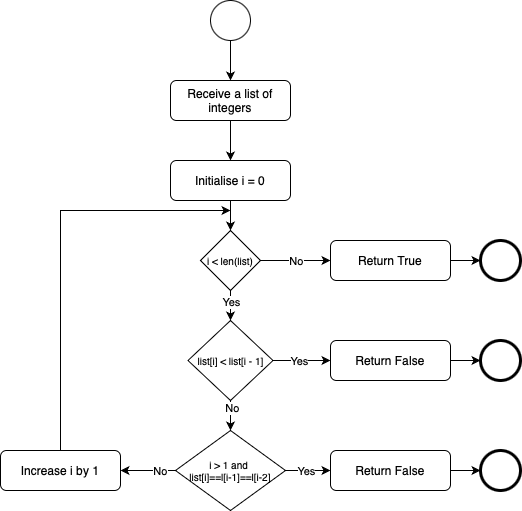
This is data/human_eval/p126/bpmn/l3.drawio.png from carlodenardin/svlm, a draw.io export, as it was before one commit. Source tidied: cells renumbered, new cells last; positions are measured from the earlier drawing's top-left corner, leaving out a move shared by most shapes. Its diagram source:
```xml
<mxGraphModel background="#ffffff">
  <root>
    <mxCell id="0" />
    <mxCell id="1" parent="0" />
    <mxCell id="2" style="edgeStyle=orthogonalEdgeStyle;rounded=0;jettySize=auto;html=1;exitX=0.5;exitY=1;exitDx=0;exitDy=0;entryX=0.5;entryY=0;entryDx=0;entryDy=0;" parent="1" edge="1" source="3" target="5">
      <mxGeometry relative="1" as="geometry" />
    </mxCell>
    <mxCell id="3" style="ellipse;whiteSpace=wrap;html=1;" parent="1" vertex="1">
      <mxGeometry x="210" width="40" height="40" as="geometry" />
    </mxCell>
    <mxCell id="4" style="edgeStyle=orthogonalEdgeStyle;rounded=0;jettySize=auto;html=1;exitX=0.5;exitY=1;exitDx=0;exitDy=0;entryX=0.5;entryY=0;entryDx=0;entryDy=0;" parent="1" edge="1" source="5">
      <mxGeometry relative="1" as="geometry">
        <mxPoint x="230" y="160" as="targetPoint" />
      </mxGeometry>
    </mxCell>
    <mxCell id="5" value="Receive a list of integers" style="rounded=1;whiteSpace=wrap;html=1;" parent="1" vertex="1">
      <mxGeometry x="170" y="80" width="120" height="40" as="geometry" />
    </mxCell>
    <mxCell id="6" style="ellipse;whiteSpace=wrap;html=1;strokeWidth=3;" parent="1" vertex="1">
      <mxGeometry x="480" y="240" width="40" height="40" as="geometry" />
    </mxCell>
    <mxCell id="7" style="edgeStyle=orthogonalEdgeStyle;rounded=0;jettySize=auto;html=1;exitX=0.5;exitY=1;exitDx=0;exitDy=0;entryX=0.5;entryY=0;entryDx=0;entryDy=0;" parent="1" edge="1" source="8" target="13">
      <mxGeometry relative="1" as="geometry" />
    </mxCell>
    <mxCell id="8" value="Initialise i = 0" style="rounded=1;whiteSpace=wrap;html=1;" parent="1" vertex="1">
      <mxGeometry x="170" y="160" width="120" height="40" as="geometry" />
    </mxCell>
    <mxCell id="9" style="edgeStyle=orthogonalEdgeStyle;rounded=0;jettySize=auto;html=1;exitX=0.5;exitY=1;exitDx=0;exitDy=0;entryX=0.5;entryY=0;entryDx=0;entryDy=0;" parent="1" edge="1" source="13" target="25">
      <mxGeometry relative="1" as="geometry" />
    </mxCell>
    <mxCell id="10" value="Yes" style="edgeLabel;html=1;align=center;verticalAlign=middle;" parent="9" vertex="1">
      <mxGeometry x="-0.29" relative="1" as="geometry" />
    </mxCell>
    <mxCell id="11" style="edgeStyle=orthogonalEdgeStyle;rounded=0;jettySize=auto;html=1;exitX=1;exitY=0.5;exitDx=0;exitDy=0;entryX=0;entryY=0.5;entryDx=0;entryDy=0;" parent="1" edge="1" source="13" target="27">
      <mxGeometry relative="1" as="geometry" />
    </mxCell>
    <mxCell id="12" value="&lt;div&gt;No&lt;/div&gt;" style="edgeLabel;html=1;align=center;verticalAlign=middle;" parent="11" vertex="1">
      <mxGeometry x="-0.01" relative="1" as="geometry" />
    </mxCell>
    <mxCell id="13" value="i &amp;lt; len(list)" style="rhombus;whiteSpace=wrap;html=1;fontSize=10;" parent="1" vertex="1">
      <mxGeometry x="200" y="230" width="60" height="60" as="geometry" />
    </mxCell>
    <mxCell id="14" style="edgeStyle=orthogonalEdgeStyle;rounded=0;jettySize=auto;html=1;exitX=0.5;exitY=0;exitDx=0;exitDy=0;" parent="1" edge="1" source="15">
      <mxGeometry relative="1" as="geometry">
        <mxPoint x="230" y="210" as="targetPoint" />
        <Array as="points">
          <mxPoint x="60" y="210" />
        </Array>
      </mxGeometry>
    </mxCell>
    <mxCell id="15" value="Increase i by 1" style="rounded=1;whiteSpace=wrap;html=1;" parent="1" vertex="1">
      <mxGeometry y="450" width="120" height="40" as="geometry" />
    </mxCell>
    <mxCell id="16" style="edgeStyle=orthogonalEdgeStyle;rounded=0;jettySize=auto;html=1;exitX=0;exitY=0.5;exitDx=0;exitDy=0;entryX=1;entryY=0.5;entryDx=0;entryDy=0;" parent="1" edge="1" source="20" target="15">
      <mxGeometry relative="1" as="geometry" />
    </mxCell>
    <mxCell id="17" value="No" style="edgeLabel;html=1;align=center;verticalAlign=middle;" parent="16" vertex="1">
      <mxGeometry x="-0.61" relative="1" as="geometry">
        <mxPoint x="-5" as="offset" />
      </mxGeometry>
    </mxCell>
    <mxCell id="18" style="edgeStyle=orthogonalEdgeStyle;rounded=0;jettySize=auto;html=1;exitX=1;exitY=0.5;exitDx=0;exitDy=0;entryX=0;entryY=0.5;entryDx=0;entryDy=0;" parent="1" edge="1" source="20" target="31">
      <mxGeometry relative="1" as="geometry" />
    </mxCell>
    <mxCell id="19" value="Yes" style="edgeLabel;html=1;align=center;verticalAlign=middle;" parent="18" vertex="1">
      <mxGeometry x="-0.11" y="-2" relative="1" as="geometry">
        <mxPoint y="-2" as="offset" />
      </mxGeometry>
    </mxCell>
    <mxCell id="20" value="i &amp;gt; 1 and&amp;nbsp;&lt;div&gt;list[i]==l[i-1]==l[i-2]&lt;/div&gt;" style="rhombus;whiteSpace=wrap;html=1;fontSize=10;" parent="1" vertex="1">
      <mxGeometry x="175" y="430" width="110" height="80" as="geometry" />
    </mxCell>
    <mxCell id="21" style="edgeStyle=orthogonalEdgeStyle;rounded=0;jettySize=auto;html=1;exitX=0.5;exitY=1;exitDx=0;exitDy=0;entryX=0.5;entryY=0;entryDx=0;entryDy=0;" parent="1" edge="1" source="25" target="20">
      <mxGeometry relative="1" as="geometry" />
    </mxCell>
    <mxCell id="22" value="No" style="edgeLabel;html=1;align=center;verticalAlign=middle;" parent="21" vertex="1">
      <mxGeometry x="-0.51" y="1" relative="1" as="geometry" />
    </mxCell>
    <mxCell id="23" style="edgeStyle=orthogonalEdgeStyle;rounded=0;jettySize=auto;html=1;exitX=1;exitY=0.5;exitDx=0;exitDy=0;entryX=0;entryY=0.5;entryDx=0;entryDy=0;" parent="1" edge="1" source="25" target="29">
      <mxGeometry relative="1" as="geometry" />
    </mxCell>
    <mxCell id="24" value="Yes" style="edgeLabel;html=1;align=center;verticalAlign=middle;" parent="23" vertex="1">
      <mxGeometry x="0.18" y="-1" relative="1" as="geometry">
        <mxPoint x="-8" y="-1" as="offset" />
      </mxGeometry>
    </mxCell>
    <mxCell id="25" value="list[i] &amp;lt; list[i - 1]" style="rhombus;whiteSpace=wrap;html=1;fontSize=10;" parent="1" vertex="1">
      <mxGeometry x="187.5" y="320" width="85" height="80" as="geometry" />
    </mxCell>
    <mxCell id="26" style="edgeStyle=orthogonalEdgeStyle;rounded=0;jettySize=auto;html=1;exitX=1;exitY=0.5;exitDx=0;exitDy=0;entryX=0;entryY=0.5;entryDx=0;entryDy=0;" parent="1" edge="1" source="27" target="6">
      <mxGeometry relative="1" as="geometry" />
    </mxCell>
    <mxCell id="27" value="Return True" style="rounded=1;whiteSpace=wrap;html=1;" parent="1" vertex="1">
      <mxGeometry x="330" y="240" width="120" height="40" as="geometry" />
    </mxCell>
    <mxCell id="28" style="edgeStyle=orthogonalEdgeStyle;rounded=0;jettySize=auto;html=1;exitX=1;exitY=0.5;exitDx=0;exitDy=0;entryX=0;entryY=0.5;entryDx=0;entryDy=0;" parent="1" edge="1" source="29" target="32">
      <mxGeometry relative="1" as="geometry" />
    </mxCell>
    <mxCell id="29" value="Return False" style="rounded=1;whiteSpace=wrap;html=1;" parent="1" vertex="1">
      <mxGeometry x="330" y="340" width="120" height="40" as="geometry" />
    </mxCell>
    <mxCell id="30" style="edgeStyle=orthogonalEdgeStyle;rounded=0;jettySize=auto;html=1;exitX=1;exitY=0.5;exitDx=0;exitDy=0;entryX=0;entryY=0.5;entryDx=0;entryDy=0;" parent="1" edge="1" source="31" target="33">
      <mxGeometry relative="1" as="geometry" />
    </mxCell>
    <mxCell id="31" value="Return False" style="rounded=1;whiteSpace=wrap;html=1;" parent="1" vertex="1">
      <mxGeometry x="330" y="450" width="120" height="40" as="geometry" />
    </mxCell>
    <mxCell id="32" style="ellipse;whiteSpace=wrap;html=1;strokeWidth=3;" parent="1" vertex="1">
      <mxGeometry x="480" y="340" width="40" height="40" as="geometry" />
    </mxCell>
    <mxCell id="33" style="ellipse;whiteSpace=wrap;html=1;strokeWidth=3;" parent="1" vertex="1">
      <mxGeometry x="480" y="450" width="40" height="40" as="geometry" />
    </mxCell>
  </root>
</mxGraphModel>
```
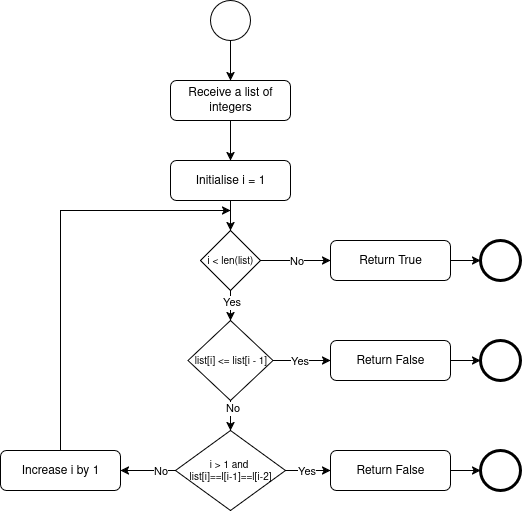
After the commit.

Change to the diagram source:
```diff
@@ -2,35 +2,40 @@
   <root>
     <mxCell id="0" />
     <mxCell id="1" parent="0" />
+    <mxCell id="34" style="edgeStyle=orthogonalEdgeStyle;rounded=0;orthogonalLoop=1;jettySize=auto;html=1;" parent="1" edge="1">
+      <mxGeometry relative="1" as="geometry">
+        <mxPoint x="330" y="-50" as="targetPoint" />
+      </mxGeometry>
+    </mxCell>
     <mxCell id="2" style="edgeStyle=orthogonalEdgeStyle;rounded=0;jettySize=auto;html=1;exitX=0.5;exitY=1;exitDx=0;exitDy=0;entryX=0.5;entryY=0;entryDx=0;entryDy=0;" parent="1" edge="1" source="3" target="5">
       <mxGeometry relative="1" as="geometry" />
     </mxCell>
     <mxCell id="3" style="ellipse;whiteSpace=wrap;html=1;" parent="1" vertex="1">
       <mxGeometry x="210" width="40" height="40" as="geometry" />
     </mxCell>
-    <mxCell id="4" style="edgeStyle=orthogonalEdgeStyle;rounded=0;jettySize=auto;html=1;exitX=0.5;exitY=1;exitDx=0;exitDy=0;entryX=0.5;entryY=0;entryDx=0;entryDy=0;" parent="1" edge="1" source="5">
-      <mxGeometry relative="1" as="geometry">
-        <mxPoint x="230" y="160" as="targetPoint" />
-      </mxGeometry>
-    </mxCell>
+    <mxCell id="35" style="edgeStyle=orthogonalEdgeStyle;rounded=0;jettySize=auto;html=1;exitX=0.5;exitY=1;exitDx=0;exitDy=0;entryX=0.5;entryY=0;entryDx=0;entryDy=0;" parent="1" edge="1" source="5">
+      <mxGeometry relative="1" as="geometry">
+        <mxPoint x="230" y="160" as="targetPoint" />
+      </mxGeometry>
+    </mxCell>
     <mxCell id="5" value="Receive a list of integers" style="rounded=1;whiteSpace=wrap;html=1;" parent="1" vertex="1">
       <mxGeometry x="170" y="80" width="120" height="40" as="geometry" />
     </mxCell>
     <mxCell id="6" style="ellipse;whiteSpace=wrap;html=1;strokeWidth=3;" parent="1" vertex="1">
       <mxGeometry x="480" y="240" width="40" height="40" as="geometry" />
     </mxCell>
-    <mxCell id="7" style="edgeStyle=orthogonalEdgeStyle;rounded=0;jettySize=auto;html=1;exitX=0.5;exitY=1;exitDx=0;exitDy=0;entryX=0.5;entryY=0;entryDx=0;entryDy=0;" parent="1" edge="1" source="8" target="13">
-      <mxGeometry relative="1" as="geometry" />
-    </mxCell>
-    <mxCell id="8" value="Initialise i = 0" style="rounded=1;whiteSpace=wrap;html=1;" parent="1" vertex="1">
-      <mxGeometry x="170" y="160" width="120" height="40" as="geometry" />
-    </mxCell>
-    <mxCell id="9" style="edgeStyle=orthogonalEdgeStyle;rounded=0;jettySize=auto;html=1;exitX=0.5;exitY=1;exitDx=0;exitDy=0;entryX=0.5;entryY=0;entryDx=0;entryDy=0;" parent="1" edge="1" source="13" target="25">
-      <mxGeometry relative="1" as="geometry" />
-    </mxCell>
-    <mxCell id="10" value="Yes" style="edgeLabel;html=1;align=center;verticalAlign=middle;" parent="9" vertex="1">
-      <mxGeometry x="-0.29" relative="1" as="geometry" />
-    </mxCell>
+    <mxCell id="36" style="edgeStyle=orthogonalEdgeStyle;rounded=0;jettySize=auto;html=1;exitX=0.5;exitY=1;exitDx=0;exitDy=0;entryX=0.5;entryY=0;entryDx=0;entryDy=0;" parent="1" edge="1" source="37" target="13">
+      <mxGeometry relative="1" as="geometry" />
+    </mxCell>
+    <mxCell id="37" value="Initialise i = 1" style="rounded=1;whiteSpace=wrap;html=1;" parent="1" vertex="1">
+      <mxGeometry x="170" y="160" width="120" height="40" as="geometry" />
+    </mxCell>
+    <mxCell id="38" style="edgeStyle=orthogonalEdgeStyle;rounded=0;jettySize=auto;html=1;exitX=0.5;exitY=1;exitDx=0;exitDy=0;entryX=0.5;entryY=0;entryDx=0;entryDy=0;" parent="1" edge="1" source="13" target="47">
+      <mxGeometry relative="1" as="geometry" />
+    </mxCell>
+    <mxCell id="39" value="Yes" style="edgeLabel;html=1;align=center;verticalAlign=middle;" parent="38" vertex="1">
+      <mxGeometry x="-0.29" relative="1" as="geometry" />
+    </mxCell>
     <mxCell id="11" style="edgeStyle=orthogonalEdgeStyle;rounded=0;jettySize=auto;html=1;exitX=1;exitY=0.5;exitDx=0;exitDy=0;entryX=0;entryY=0.5;entryDx=0;entryDy=0;" parent="1" edge="1" source="13" target="27">
       <mxGeometry relative="1" as="geometry" />
     </mxCell>
@@ -40,53 +45,53 @@
     <mxCell id="13" value="i &amp;lt; len(list)" style="rhombus;whiteSpace=wrap;html=1;fontSize=10;" parent="1" vertex="1">
       <mxGeometry x="200" y="230" width="60" height="60" as="geometry" />
     </mxCell>
-    <mxCell id="14" style="edgeStyle=orthogonalEdgeStyle;rounded=0;jettySize=auto;html=1;exitX=0.5;exitY=0;exitDx=0;exitDy=0;" parent="1" edge="1" source="15">
-      <mxGeometry relative="1" as="geometry">
-        <mxPoint x="230" y="210" as="targetPoint" />
-        <Array as="points">
-          <mxPoint x="60" y="210" />
-        </Array>
-      </mxGeometry>
-    </mxCell>
+    <mxCell id="40" style="edgeStyle=orthogonalEdgeStyle;rounded=0;jettySize=auto;html=1;exitX=0.5;exitY=0;exitDx=0;exitDy=0;" parent="1" edge="1" source="15">
+      <mxGeometry relative="1" as="geometry">
+        <mxPoint x="230" y="210" as="targetPoint" />
+        <Array as="points">
+          <mxPoint x="60" y="210" />
+        </Array>
+      </mxGeometry>
+    </mxCell>
     <mxCell id="15" value="Increase i by 1" style="rounded=1;whiteSpace=wrap;html=1;" parent="1" vertex="1">
       <mxGeometry y="450" width="120" height="40" as="geometry" />
     </mxCell>
     <mxCell id="16" style="edgeStyle=orthogonalEdgeStyle;rounded=0;jettySize=auto;html=1;exitX=0;exitY=0.5;exitDx=0;exitDy=0;entryX=1;entryY=0.5;entryDx=0;entryDy=0;" parent="1" edge="1" source="20" target="15">
       <mxGeometry relative="1" as="geometry" />
     </mxCell>
-    <mxCell id="17" value="No" style="edgeLabel;html=1;align=center;verticalAlign=middle;" parent="16" vertex="1">
-      <mxGeometry x="-0.61" relative="1" as="geometry">
-        <mxPoint x="-5" as="offset" />
-      </mxGeometry>
-    </mxCell>
+    <mxCell id="41" value="No" style="edgeLabel;html=1;align=center;verticalAlign=middle;" parent="16" vertex="1">
+      <mxGeometry x="-0.61" relative="1" as="geometry">
+        <mxPoint x="-5" as="offset" />
+      </mxGeometry>
+    </mxCell>
     <mxCell id="18" style="edgeStyle=orthogonalEdgeStyle;rounded=0;jettySize=auto;html=1;exitX=1;exitY=0.5;exitDx=0;exitDy=0;entryX=0;entryY=0.5;entryDx=0;entryDy=0;" parent="1" edge="1" source="20" target="31">
       <mxGeometry relative="1" as="geometry" />
     </mxCell>
-    <mxCell id="19" value="Yes" style="edgeLabel;html=1;align=center;verticalAlign=middle;" parent="18" vertex="1">
-      <mxGeometry x="-0.11" y="-2" relative="1" as="geometry">
-        <mxPoint y="-2" as="offset" />
-      </mxGeometry>
-    </mxCell>
+    <mxCell id="42" value="Yes" style="edgeLabel;html=1;align=center;verticalAlign=middle;" parent="18" vertex="1">
+      <mxGeometry x="-0.11" y="-2" relative="1" as="geometry">
+        <mxPoint y="-2" as="offset" />
+      </mxGeometry>
+    </mxCell>
     <mxCell id="20" value="i &amp;gt; 1 and&amp;nbsp;&lt;div&gt;list[i]==l[i-1]==l[i-2]&lt;/div&gt;" style="rhombus;whiteSpace=wrap;html=1;fontSize=10;" parent="1" vertex="1">
       <mxGeometry x="175" y="430" width="110" height="80" as="geometry" />
     </mxCell>
-    <mxCell id="21" style="edgeStyle=orthogonalEdgeStyle;rounded=0;jettySize=auto;html=1;exitX=0.5;exitY=1;exitDx=0;exitDy=0;entryX=0.5;entryY=0;entryDx=0;entryDy=0;" parent="1" edge="1" source="25" target="20">
-      <mxGeometry relative="1" as="geometry" />
-    </mxCell>
-    <mxCell id="22" value="No" style="edgeLabel;html=1;align=center;verticalAlign=middle;" parent="21" vertex="1">
-      <mxGeometry x="-0.51" y="1" relative="1" as="geometry" />
-    </mxCell>
-    <mxCell id="23" style="edgeStyle=orthogonalEdgeStyle;rounded=0;jettySize=auto;html=1;exitX=1;exitY=0.5;exitDx=0;exitDy=0;entryX=0;entryY=0.5;entryDx=0;entryDy=0;" parent="1" edge="1" source="25" target="29">
-      <mxGeometry relative="1" as="geometry" />
-    </mxCell>
-    <mxCell id="24" value="Yes" style="edgeLabel;html=1;align=center;verticalAlign=middle;" parent="23" vertex="1">
-      <mxGeometry x="0.18" y="-1" relative="1" as="geometry">
-        <mxPoint x="-8" y="-1" as="offset" />
-      </mxGeometry>
-    </mxCell>
-    <mxCell id="25" value="list[i] &amp;lt; list[i - 1]" style="rhombus;whiteSpace=wrap;html=1;fontSize=10;" parent="1" vertex="1">
-      <mxGeometry x="187.5" y="320" width="85" height="80" as="geometry" />
-    </mxCell>
+    <mxCell id="43" style="edgeStyle=orthogonalEdgeStyle;rounded=0;jettySize=auto;html=1;exitX=0.5;exitY=1;exitDx=0;exitDy=0;entryX=0.5;entryY=0;entryDx=0;entryDy=0;" parent="1" edge="1" source="47" target="20">
+      <mxGeometry relative="1" as="geometry" />
+    </mxCell>
+    <mxCell id="44" value="No" style="edgeLabel;html=1;align=center;verticalAlign=middle;" parent="43" vertex="1">
+      <mxGeometry x="-0.51" y="1" relative="1" as="geometry" />
+    </mxCell>
+    <mxCell id="45" style="edgeStyle=orthogonalEdgeStyle;rounded=0;jettySize=auto;html=1;exitX=1;exitY=0.5;exitDx=0;exitDy=0;entryX=0;entryY=0.5;entryDx=0;entryDy=0;" parent="1" edge="1" source="47" target="29">
+      <mxGeometry relative="1" as="geometry" />
+    </mxCell>
+    <mxCell id="46" value="Yes" style="edgeLabel;html=1;align=center;verticalAlign=middle;" parent="45" vertex="1">
+      <mxGeometry x="0.18" y="-1" relative="1" as="geometry">
+        <mxPoint x="-8" y="-1" as="offset" />
+      </mxGeometry>
+    </mxCell>
+    <mxCell id="47" value="list[i] &amp;lt;= list[i - 1]" style="rhombus;whiteSpace=wrap;html=1;fontSize=10;" parent="1" vertex="1">
+      <mxGeometry x="187.5" y="320" width="85" height="80" as="geometry" />
+    </mxCell>
     <mxCell id="26" style="edgeStyle=orthogonalEdgeStyle;rounded=0;jettySize=auto;html=1;exitX=1;exitY=0.5;exitDx=0;exitDy=0;entryX=0;entryY=0.5;entryDx=0;entryDy=0;" parent="1" edge="1" source="27" target="6">
       <mxGeometry relative="1" as="geometry" />
     </mxCell>
```
